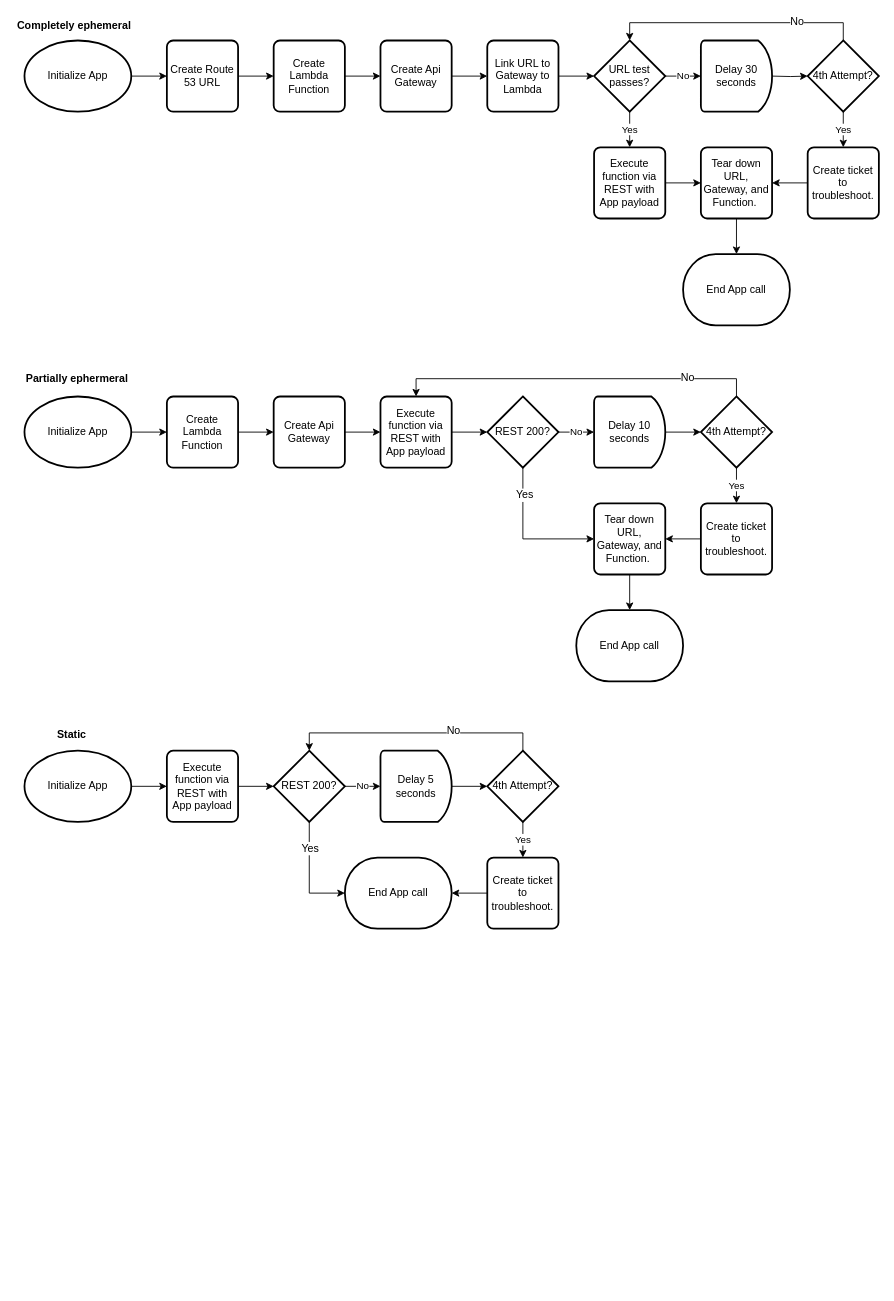
gmadro/vMadBro keeps this draw.io diagram as Draw.io/Serverless App Flow.drawio. Above is the earlier version. Source tidied: cells renumbered, new cells numbered last; positions are measured from the earlier drawing's top-left corner, leaving out a move shared by most shapes. Both pictures are drawn from the tidied source at 89%, with x=0, y=0 at pixel (15, 17).
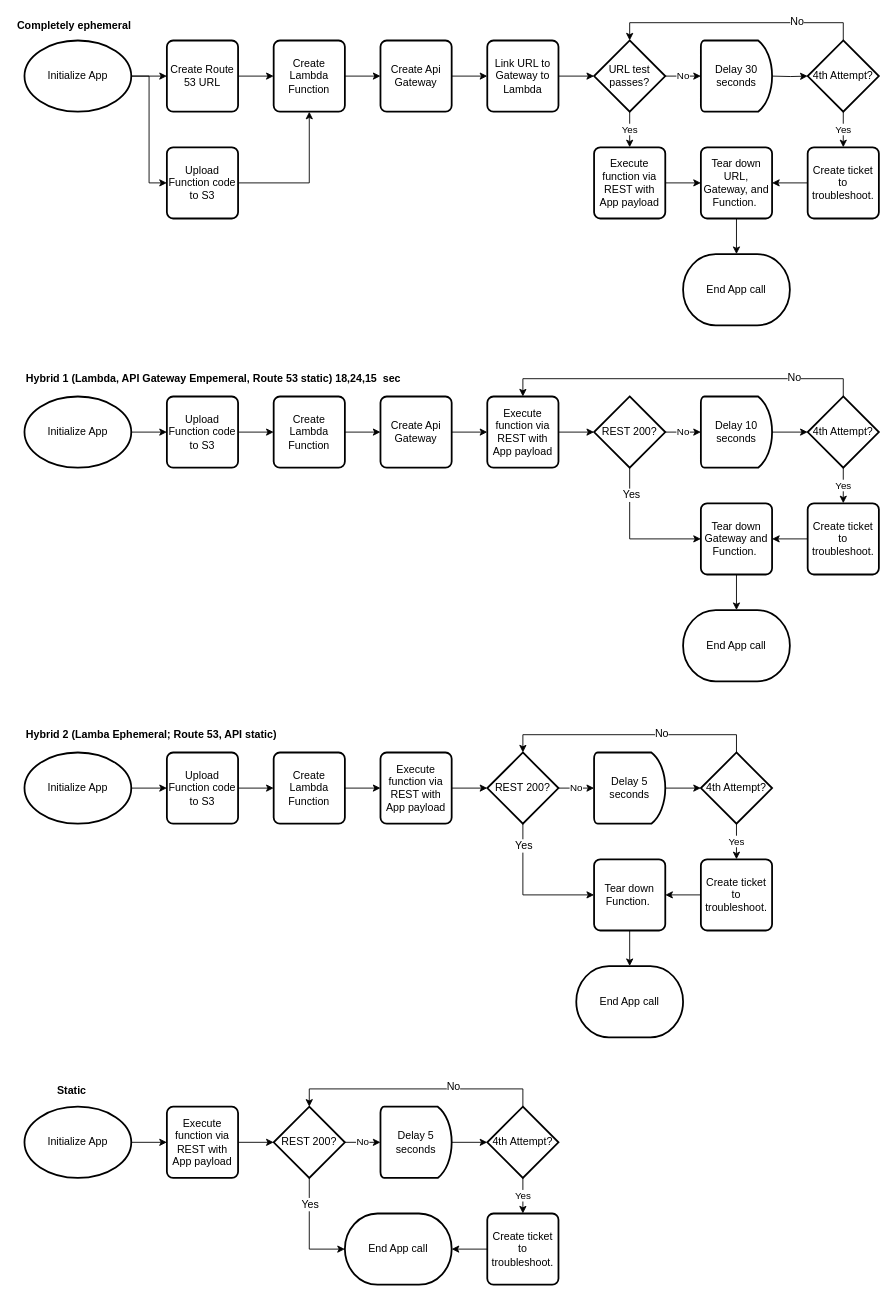
Above is the later version.

The change refers to these unchanged cells:
```xml
<mxCell id="3" value="Initialize App" style="strokeWidth=2;html=1;shape=mxgraph.flowchart.start_1;whiteSpace=wrap;" parent="1" vertex="1">
  <mxGeometry x="10" y="26" width="120" height="80" as="geometry" />
</mxCell>
<mxCell id="7" value="Create Lambda Function" style="rounded=1;whiteSpace=wrap;html=1;absoluteArcSize=1;arcSize=14;strokeWidth=2;" parent="1" vertex="1">
  <mxGeometry x="290" y="26" width="80" height="80" as="geometry" />
</mxCell>
<mxCell id="29" value="Initialize App" style="strokeWidth=2;html=1;shape=mxgraph.flowchart.start_1;whiteSpace=wrap;" parent="1" vertex="1">
  <mxGeometry x="10" y="426" width="120" height="80" as="geometry" />
</mxCell>
```

Diff of the diagram source:
```diff
@@
+    <mxCell id="71" style="edgeStyle=orthogonalEdgeStyle;rounded=0;jettySize=auto;html=1;entryX=0;entryY=0.5;entryDx=0;entryDy=0;" parent="1" edge="1" source="3" target="100">
+      <mxGeometry relative="1" as="geometry" />
+    </mxCell>
@@
-    <mxCell id="28" style="edgeStyle=orthogonalEdgeStyle;rounded=0;jettySize=auto;html=1;" parent="1" edge="1" source="29" target="31">
-      <mxGeometry relative="1" as="geometry" />
-    </mxCell>
+    <mxCell id="72" style="edgeStyle=orthogonalEdgeStyle;rounded=0;jettySize=auto;html=1;" parent="1" edge="1" source="29" target="98">
+      <mxGeometry relative="1" as="geometry" />
+    </mxCell>
@@
     <mxCell id="31" value="Create Lambda Function" style="rounded=1;whiteSpace=wrap;html=1;absoluteArcSize=1;arcSize=14;strokeWidth=2;" parent="1" vertex="1">
-      <mxGeometry x="170" y="426" width="80" height="80" as="geometry" />
+      <mxGeometry x="290" y="426" width="80" height="80" as="geometry" />
     </mxCell>
@@
     <mxCell id="33" value="Create Api Gateway" style="rounded=1;whiteSpace=wrap;html=1;absoluteArcSize=1;arcSize=14;strokeWidth=2;" parent="1" vertex="1">
-      <mxGeometry x="290" y="426" width="80" height="80" as="geometry" />
+      <mxGeometry x="410" y="426" width="80" height="80" as="geometry" />
     </mxCell>
@@
     <mxCell id="35" value="Execute function via REST with App payload" style="rounded=1;whiteSpace=wrap;html=1;absoluteArcSize=1;arcSize=14;strokeWidth=2;" parent="1" vertex="1">
-      <mxGeometry x="410" y="426" width="80" height="80" as="geometry" />
+      <mxGeometry x="530" y="426" width="80" height="80" as="geometry" />
     </mxCell>
@@
     <mxCell id="37" style="edgeStyle=orthogonalEdgeStyle;rounded=0;jettySize=auto;html=1;entryX=0;entryY=0.5;entryDx=0;entryDy=0;" parent="1" edge="1" source="39" target="47">
       <mxGeometry relative="1" as="geometry">
         <Array as="points">
-          <mxPoint x="570" y="586" />
+          <mxPoint x="690" y="586" />
         </Array>
       </mxGeometry>
     </mxCell>
@@
     <mxCell id="39" value="REST 200?" style="strokeWidth=2;html=1;shape=mxgraph.flowchart.decision;whiteSpace=wrap;" parent="1" vertex="1">
-      <mxGeometry x="530" y="426" width="80" height="80" as="geometry" />
+      <mxGeometry x="650" y="426" width="80" height="80" as="geometry" />
     </mxCell>
@@
     <mxCell id="41" value="Delay 10 seconds" style="strokeWidth=2;html=1;shape=mxgraph.flowchart.delay;whiteSpace=wrap;" parent="1" vertex="1">
-      <mxGeometry x="650" y="426" width="80" height="80" as="geometry" />
+      <mxGeometry x="770" y="426" width="80" height="80" as="geometry" />
     </mxCell>
     <mxCell id="42" style="edgeStyle=orthogonalEdgeStyle;rounded=0;jettySize=auto;html=1;entryX=0.5;entryY=0;entryDx=0;entryDy=0;" parent="1" edge="1" source="45" target="35">
       <mxGeometry relative="1" as="geometry">
         <Array as="points">
-          <mxPoint x="810" y="406" />
-          <mxPoint x="450" y="406" />
+          <mxPoint x="930" y="406" />
+          <mxPoint x="570" y="406" />
         </Array>
       </mxGeometry>
     </mxCell>
@@
     <mxCell id="45" value="4th Attempt?" style="strokeWidth=2;html=1;shape=mxgraph.flowchart.decision;whiteSpace=wrap;" parent="1" vertex="1">
-      <mxGeometry x="770" y="426" width="80" height="80" as="geometry" />
+      <mxGeometry x="890" y="426" width="80" height="80" as="geometry" />
     </mxCell>
@@
-    <mxCell id="47" value="Tear down URL, Gateway, and Function.&amp;nbsp;" style="rounded=1;whiteSpace=wrap;html=1;absoluteArcSize=1;arcSize=14;strokeWidth=2;" parent="1" vertex="1">
-      <mxGeometry x="650" y="546" width="80" height="80" as="geometry" />
+    <mxCell id="47" value="Tear down Gateway and Function.&amp;nbsp;" style="rounded=1;whiteSpace=wrap;html=1;absoluteArcSize=1;arcSize=14;strokeWidth=2;" parent="1" vertex="1">
+      <mxGeometry x="770" y="546" width="80" height="80" as="geometry" />
     </mxCell>
     <mxCell id="48" value="End App call" style="strokeWidth=2;html=1;shape=mxgraph.flowchart.terminator;whiteSpace=wrap;" parent="1" vertex="1">
-      <mxGeometry x="630" y="666" width="120" height="80" as="geometry" />
+      <mxGeometry x="750" y="666" width="120" height="80" as="geometry" />
     </mxCell>
@@
     <mxCell id="50" value="Create ticket to troubleshoot." style="rounded=1;whiteSpace=wrap;html=1;absoluteArcSize=1;arcSize=14;strokeWidth=2;" parent="1" vertex="1">
-      <mxGeometry x="770" y="546" width="80" height="80" as="geometry" />
+      <mxGeometry x="890" y="546" width="80" height="80" as="geometry" />
     </mxCell>
@@
     <mxCell id="52" value="Initialize App" style="strokeWidth=2;html=1;shape=mxgraph.flowchart.start_1;whiteSpace=wrap;" parent="1" vertex="1">
-      <mxGeometry x="10" y="824" width="120" height="80" as="geometry" />
+      <mxGeometry x="10" y="1224" width="120" height="80" as="geometry" />
     </mxCell>
@@
     <mxCell id="54" value="Execute function via REST with App payload" style="rounded=1;whiteSpace=wrap;html=1;absoluteArcSize=1;arcSize=14;strokeWidth=2;" parent="1" vertex="1">
-      <mxGeometry x="170" y="824" width="80" height="80" as="geometry" />
+      <mxGeometry x="170" y="1224" width="80" height="80" as="geometry" />
     </mxCell>
@@
     <mxCell id="58" value="REST 200?" style="strokeWidth=2;html=1;shape=mxgraph.flowchart.decision;whiteSpace=wrap;" parent="1" vertex="1">
-      <mxGeometry x="290" y="824" width="80" height="80" as="geometry" />
+      <mxGeometry x="290" y="1224" width="80" height="80" as="geometry" />
     </mxCell>
@@
     <mxCell id="60" value="Delay 5 seconds" style="strokeWidth=2;html=1;shape=mxgraph.flowchart.delay;whiteSpace=wrap;" parent="1" vertex="1">
-      <mxGeometry x="410" y="824" width="80" height="80" as="geometry" />
+      <mxGeometry x="410" y="1224" width="80" height="80" as="geometry" />
     </mxCell>
@@
     <mxCell id="62" style="edgeStyle=orthogonalEdgeStyle;rounded=0;jettySize=auto;html=1;entryX=0.5;entryY=0;entryDx=0;entryDy=0;entryPerimeter=0;" parent="1" edge="1" source="64" target="58">
       <mxGeometry relative="1" as="geometry">
         <Array as="points">
-          <mxPoint x="570" y="804" />
-          <mxPoint x="330" y="804" />
+          <mxPoint x="570" y="1204" />
+          <mxPoint x="330" y="1204" />
         </Array>
       </mxGeometry>
     </mxCell>
@@
     <mxCell id="64" value="4th Attempt?" style="strokeWidth=2;html=1;shape=mxgraph.flowchart.decision;whiteSpace=wrap;" parent="1" vertex="1">
-      <mxGeometry x="530" y="824" width="80" height="80" as="geometry" />
+      <mxGeometry x="530" y="1224" width="80" height="80" as="geometry" />
     </mxCell>
@@
     <mxCell id="66" value="Create ticket to troubleshoot." style="rounded=1;whiteSpace=wrap;html=1;absoluteArcSize=1;arcSize=14;strokeWidth=2;" parent="1" vertex="1">
-      <mxGeometry x="530" y="944" width="80" height="80" as="geometry" />
+      <mxGeometry x="530" y="1344" width="80" height="80" as="geometry" />
     </mxCell>
     <mxCell id="67" value="End App call" style="strokeWidth=2;html=1;shape=mxgraph.flowchart.terminator;whiteSpace=wrap;" parent="1" vertex="1">
-      <mxGeometry x="370" y="944" width="120" height="80" as="geometry" />
+      <mxGeometry x="370" y="1344" width="120" height="80" as="geometry" />
     </mxCell>
@@
-    <mxCell id="69" value="Partially ephermeral" style="text;html=1;align=left;verticalAlign=top;spacingTop=-4;fontStyle=1;" parent="1" vertex="1">
-      <mxGeometry x="10" y="396" width="120" height="20" as="geometry" />
+    <mxCell id="69" value="Hybrid 1 (Lambda, API Gateway Empemeral, Route 53 static) 18,24,15&amp;nbsp; sec" style="text;html=1;align=left;verticalAlign=top;spacingTop=-4;fontStyle=1;" parent="1" vertex="1">
+      <mxGeometry x="10" y="396" width="420" height="20" as="geometry" />
     </mxCell>
     <mxCell id="70" value="Static" style="text;html=1;align=left;verticalAlign=top;spacingTop=-4;fontStyle=1;" parent="1" vertex="1">
-      <mxGeometry x="45" y="796" width="50" height="20" as="geometry" />
+      <mxGeometry x="45" y="1196" width="50" height="20" as="geometry" />
     </mxCell>
+    <mxCell id="73" style="edgeStyle=orthogonalEdgeStyle;rounded=0;jettySize=auto;html=1;" parent="1" edge="1" source="74" target="96">
+      <mxGeometry relative="1" as="geometry" />
+    </mxCell>
+    <mxCell id="74" value="Initialize App" style="strokeWidth=2;html=1;shape=mxgraph.flowchart.start_1;whiteSpace=wrap;" parent="1" vertex="1">
+      <mxGeometry x="10" y="826" width="120" height="80" as="geometry" />
+    </mxCell>
+    <mxCell id="75" style="edgeStyle=orthogonalEdgeStyle;rounded=0;jettySize=auto;html=1;" parent="1" edge="1" source="76" target="78">
+      <mxGeometry relative="1" as="geometry" />
+    </mxCell>
+    <mxCell id="76" value="Create Lambda Function" style="rounded=1;whiteSpace=wrap;html=1;absoluteArcSize=1;arcSize=14;strokeWidth=2;" parent="1" vertex="1">
+      <mxGeometry x="290" y="826" width="80" height="80" as="geometry" />
+    </mxCell>
+    <mxCell id="77" style="edgeStyle=orthogonalEdgeStyle;rounded=0;jettySize=auto;html=1;" parent="1" edge="1" source="78" target="82">
+      <mxGeometry relative="1" as="geometry" />
+    </mxCell>
+    <mxCell id="78" value="Execute function via REST with App payload" style="rounded=1;whiteSpace=wrap;html=1;absoluteArcSize=1;arcSize=14;strokeWidth=2;" parent="1" vertex="1">
+      <mxGeometry x="410" y="826" width="80" height="80" as="geometry" />
+    </mxCell>
+    <mxCell id="79" value="No" style="edgeStyle=orthogonalEdgeStyle;rounded=0;jettySize=auto;html=1;" parent="1" edge="1" source="82" target="84">
+      <mxGeometry relative="1" as="geometry" />
+    </mxCell>
+    <mxCell id="80" style="edgeStyle=orthogonalEdgeStyle;rounded=0;jettySize=auto;html=1;entryX=0;entryY=0.5;entryDx=0;entryDy=0;" parent="1" edge="1" source="82" target="90">
+      <mxGeometry relative="1" as="geometry">
+        <Array as="points">
+          <mxPoint x="570" y="986" />
+        </Array>
+      </mxGeometry>
+    </mxCell>
+    <mxCell id="81" value="Yes" style="text;html=1;align=center;verticalAlign=middle;labelBackgroundColor=#ffffff;" parent="80" vertex="1">
+      <mxGeometry x="-0.7" relative="1" as="geometry" />
+    </mxCell>
+    <mxCell id="82" value="REST 200?" style="strokeWidth=2;html=1;shape=mxgraph.flowchart.decision;whiteSpace=wrap;" parent="1" vertex="1">
+      <mxGeometry x="530" y="826" width="80" height="80" as="geometry" />
+    </mxCell>
+    <mxCell id="83" style="edgeStyle=orthogonalEdgeStyle;rounded=0;jettySize=auto;html=1;" parent="1" edge="1" source="84" target="88">
+      <mxGeometry relative="1" as="geometry" />
+    </mxCell>
+    <mxCell id="84" value="Delay 5 seconds" style="strokeWidth=2;html=1;shape=mxgraph.flowchart.delay;whiteSpace=wrap;" parent="1" vertex="1">
+      <mxGeometry x="650" y="826" width="80" height="80" as="geometry" />
+    </mxCell>
+    <mxCell id="85" style="edgeStyle=orthogonalEdgeStyle;rounded=0;jettySize=auto;html=1;entryX=0.5;entryY=0;entryDx=0;entryDy=0;entryPerimeter=0;" parent="1" edge="1" source="88" target="82">
+      <mxGeometry relative="1" as="geometry">
+        <Array as="points">
+          <mxPoint x="810" y="806" />
+          <mxPoint x="570" y="806" />
+        </Array>
+      </mxGeometry>
+    </mxCell>
+    <mxCell id="86" value="No" style="text;html=1;align=center;verticalAlign=middle;labelBackgroundColor=#ffffff;" parent="85" vertex="1">
+      <mxGeometry x="-0.25" y="-2" relative="1" as="geometry" />
+    </mxCell>
+    <mxCell id="87" value="Yes" style="edgeStyle=orthogonalEdgeStyle;rounded=0;jettySize=auto;html=1;" parent="1" edge="1" source="88" target="93">
+      <mxGeometry relative="1" as="geometry" />
+    </mxCell>
+    <mxCell id="88" value="4th Attempt?" style="strokeWidth=2;html=1;shape=mxgraph.flowchart.decision;whiteSpace=wrap;" parent="1" vertex="1">
+      <mxGeometry x="770" y="826" width="80" height="80" as="geometry" />
+    </mxCell>
+    <mxCell id="89" style="edgeStyle=orthogonalEdgeStyle;rounded=0;jettySize=auto;html=1;" parent="1" edge="1" source="90" target="91">
+      <mxGeometry relative="1" as="geometry" />
+    </mxCell>
+    <mxCell id="90" value="Tear down Function.&amp;nbsp;" style="rounded=1;whiteSpace=wrap;html=1;absoluteArcSize=1;arcSize=14;strokeWidth=2;" parent="1" vertex="1">
+      <mxGeometry x="650" y="946" width="80" height="80" as="geometry" />
+    </mxCell>
+    <mxCell id="91" value="End App call" style="strokeWidth=2;html=1;shape=mxgraph.flowchart.terminator;whiteSpace=wrap;" parent="1" vertex="1">
+      <mxGeometry x="630" y="1066" width="120" height="80" as="geometry" />
+    </mxCell>
+    <mxCell id="92" style="edgeStyle=orthogonalEdgeStyle;rounded=0;jettySize=auto;html=1;" parent="1" edge="1" source="93" target="90">
+      <mxGeometry relative="1" as="geometry" />
+    </mxCell>
+    <mxCell id="93" value="Create ticket to troubleshoot." style="rounded=1;whiteSpace=wrap;html=1;absoluteArcSize=1;arcSize=14;strokeWidth=2;" parent="1" vertex="1">
+      <mxGeometry x="770" y="946" width="80" height="80" as="geometry" />
+    </mxCell>
+    <mxCell id="94" value="Hybrid 2 (Lamba Ephemeral; Route 53, API static)" style="text;html=1;align=left;verticalAlign=top;spacingTop=-4;fontStyle=1;" parent="1" vertex="1">
+      <mxGeometry x="10" y="796" width="280" height="20" as="geometry" />
+    </mxCell>
+    <mxCell id="95" style="edgeStyle=orthogonalEdgeStyle;rounded=0;jettySize=auto;html=1;" parent="1" edge="1" source="96" target="76">
+      <mxGeometry relative="1" as="geometry" />
+    </mxCell>
+    <mxCell id="96" value="Upload Function code to S3" style="rounded=1;whiteSpace=wrap;html=1;absoluteArcSize=1;arcSize=14;strokeWidth=2;" parent="1" vertex="1">
+      <mxGeometry x="170" y="826" width="80" height="80" as="geometry" />
+    </mxCell>
+    <mxCell id="97" style="edgeStyle=orthogonalEdgeStyle;rounded=0;jettySize=auto;html=1;" parent="1" edge="1" source="98" target="31">
+      <mxGeometry relative="1" as="geometry" />
+    </mxCell>
+    <mxCell id="98" value="Upload Function code to S3" style="rounded=1;whiteSpace=wrap;html=1;absoluteArcSize=1;arcSize=14;strokeWidth=2;" parent="1" vertex="1">
+      <mxGeometry x="170" y="426" width="80" height="80" as="geometry" />
+    </mxCell>
+    <mxCell id="99" style="edgeStyle=orthogonalEdgeStyle;rounded=0;jettySize=auto;html=1;" parent="1" edge="1" source="100" target="7">
+      <mxGeometry relative="1" as="geometry" />
+    </mxCell>
+    <mxCell id="100" value="Upload Function code to S3" style="rounded=1;whiteSpace=wrap;html=1;absoluteArcSize=1;arcSize=14;strokeWidth=2;" parent="1" vertex="1">
+      <mxGeometry x="170" y="146" width="80" height="80" as="geometry" />
+    </mxCell>
```
